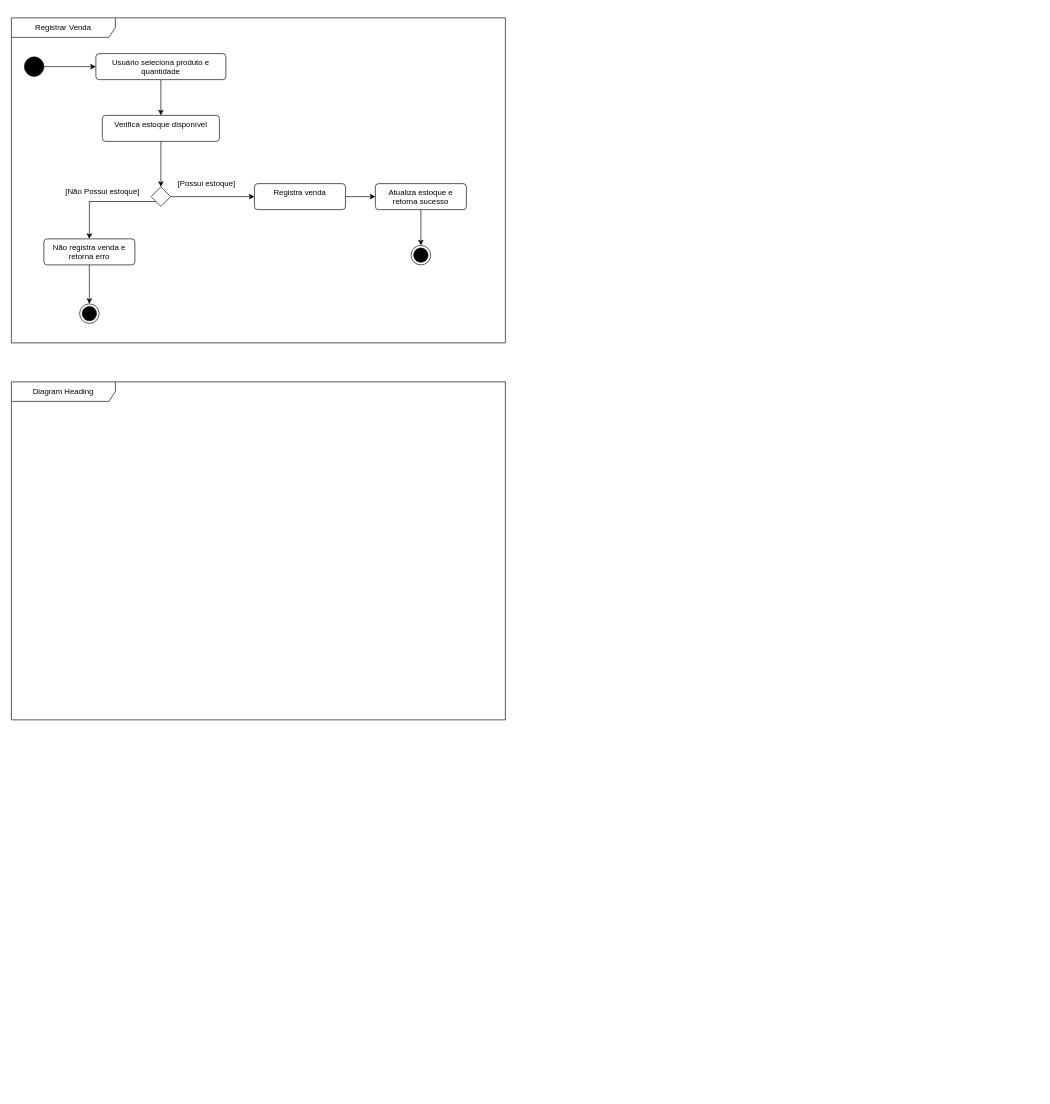
This is docs/activity diagram/AD.drawio from K0R0B0R0S/aps2-blackboard, a draw.io file, before an edit. Source tidied: cells renumbered, new cells numbered last; positions are measured from the earlier drawing's top-left corner, leaving out a move shared by most shapes. Both pictures are drawn from the tidied source at 65%, with x=0, y=0 at pixel (11, 18).
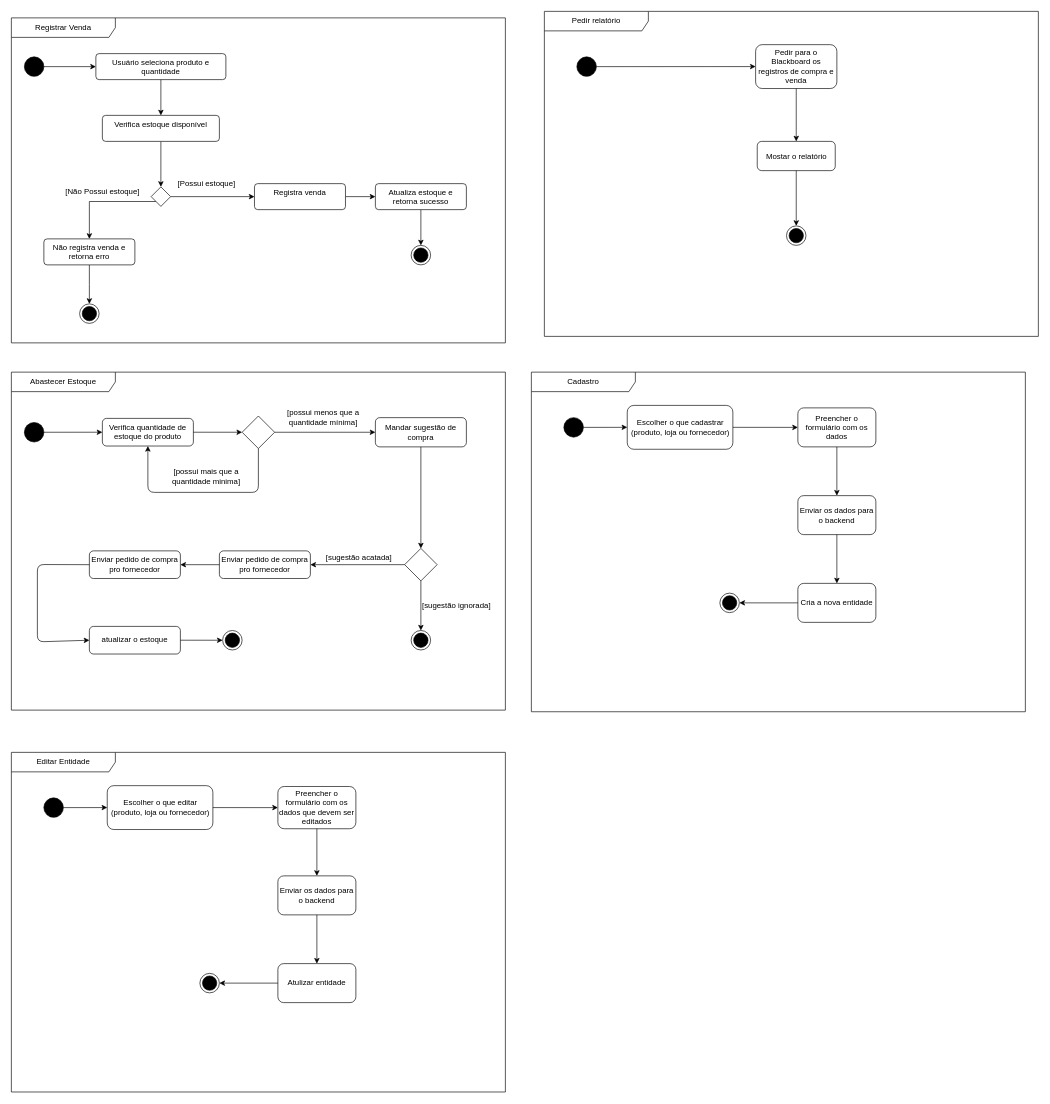
The same page after the edit.

Commit message:
Diagrama de atividade

Diff of the diagram source:
```diff
@@
-    <mxCell id="22" value="Diagram Heading" style="shape=umlFrame;whiteSpace=wrap;html=1;width=160;" parent="1" vertex="1">
-      <mxGeometry y="560" width="760" height="520" as="geometry" />
+    <mxCell id="22" value="Abastecer Estoque" style="shape=umlFrame;whiteSpace=wrap;html=1;width=160;" parent="1" vertex="1">
+      <mxGeometry y="545" width="760" height="520" as="geometry" />
     </mxCell>
+    <mxCell id="23" style="ellipse;fillColor=strokeColor;html=1;" parent="22" vertex="1">
+      <mxGeometry x="20" y="77.5" width="30" height="30" as="geometry" />
+    </mxCell>
+    <mxCell id="24" style="endArrow=classic;html=1;" parent="22" edge="1" source="23" target="25">
+      <mxGeometry relative="1" as="geometry" />
+    </mxCell>
+    <mxCell id="25" value="Verifica quantidade de estoque do produto" style="rounded=1;whiteSpace=wrap;html=1;" parent="22" vertex="1">
+      <mxGeometry x="140" y="71.2" width="140" height="42.5" as="geometry" />
+    </mxCell>
+    <mxCell id="26" style="rhombus;whiteSpace=wrap;html=1;" parent="22" vertex="1">
+      <mxGeometry x="355" y="67.5" width="50" height="50" as="geometry" />
+    </mxCell>
+    <mxCell id="27" style="endArrow=classic;html=1;" parent="22" edge="1" source="25" target="26">
+      <mxGeometry relative="1" as="geometry" />
+    </mxCell>
+    <mxCell id="28" style="endArrow=classic;html=1;" parent="22" edge="1" source="26" target="25">
+      <mxGeometry relative="1" as="geometry">
+        <Array as="points">
+          <mxPoint x="380" y="185" />
+          <mxPoint x="210" y="185" />
+        </Array>
+      </mxGeometry>
+    </mxCell>
+    <mxCell id="29" value="[possui mais que a quantidade minima]" style="text;html=1;strokeColor=none;fillColor=none;align=center;verticalAlign=middle;whiteSpace=wrap;rounded=0;" parent="22" vertex="1">
+      <mxGeometry x="245" y="145" width="110" height="30" as="geometry" />
+    </mxCell>
+    <mxCell id="30" value="Mandar sugestão de compra" style="rounded=1;whiteSpace=wrap;html=1;" parent="22" vertex="1">
+      <mxGeometry x="560" y="70" width="140" height="45" as="geometry" />
+    </mxCell>
+    <mxCell id="31" style="endArrow=classic;html=1;exitX=1;exitY=0.5;exitDx=0;exitDy=0;" parent="22" edge="1" source="26" target="30">
+      <mxGeometry relative="1" as="geometry" />
+    </mxCell>
+    <mxCell id="32" value="[possui menos que a quantidade mínima]" style="text;html=1;strokeColor=none;fillColor=none;align=center;verticalAlign=middle;whiteSpace=wrap;rounded=0;" parent="22" vertex="1">
+      <mxGeometry x="420" y="55" width="120" height="30" as="geometry" />
+    </mxCell>
+    <mxCell id="33" style="endArrow=classic;html=1;" parent="22" edge="1" target="34">
+      <mxGeometry relative="1" as="geometry">
+        <mxPoint x="630" y="115" as="sourcePoint" />
+      </mxGeometry>
+    </mxCell>
+    <mxCell id="34" style="rhombus;whiteSpace=wrap;html=1;" parent="22" vertex="1">
+      <mxGeometry x="605" y="271.2" width="50" height="50" as="geometry" />
+    </mxCell>
+    <mxCell id="35" value="Enviar pedido de compra pro fornecedor" style="rounded=1;whiteSpace=wrap;html=1;" parent="22" vertex="1">
+      <mxGeometry x="320" y="275" width="140" height="42.5" as="geometry" />
+    </mxCell>
+    <mxCell id="36" style="endArrow=classic;html=1;" parent="22" edge="1" source="34" target="35">
+      <mxGeometry relative="1" as="geometry" />
+    </mxCell>
+    <mxCell id="37" value="[sugestão acatada]" style="text;html=1;strokeColor=none;fillColor=none;align=center;verticalAlign=middle;whiteSpace=wrap;rounded=0;" parent="22" vertex="1">
+      <mxGeometry x="480" y="271.2" width="110" height="30" as="geometry" />
+    </mxCell>
+    <mxCell id="38" value="Enviar pedido de compra pro fornecedor" style="rounded=1;whiteSpace=wrap;html=1;" parent="22" vertex="1">
+      <mxGeometry x="120" y="275" width="140" height="42.5" as="geometry" />
+    </mxCell>
+    <mxCell id="39" style="endArrow=classic;html=1;exitX=0;exitY=0.5;exitDx=0;exitDy=0;" parent="22" edge="1" source="35" target="38">
+      <mxGeometry relative="1" as="geometry" />
+    </mxCell>
+    <mxCell id="40" style="endArrow=classic;html=1;exitX=0.5;exitY=1;exitDx=0;exitDy=0;entryX=0.5;entryY=0;entryDx=0;entryDy=0;" parent="22" edge="1" source="34" target="41">
+      <mxGeometry relative="1" as="geometry" />
+    </mxCell>
+    <mxCell id="41" style="ellipse;html=1;shape=endState;fillColor=strokeColor;" parent="22" vertex="1">
+      <mxGeometry x="615" y="397.5" width="30" height="30" as="geometry" />
+    </mxCell>
+    <mxCell id="42" value="[sugestão ignorada]" style="text;html=1;strokeColor=none;fillColor=none;align=center;verticalAlign=middle;whiteSpace=wrap;rounded=0;" parent="22" vertex="1">
+      <mxGeometry x="630" y="345" width="110" height="30" as="geometry" />
+    </mxCell>
+    <mxCell id="43" value="atualizar o estoque" style="rounded=1;whiteSpace=wrap;html=1;" parent="22" vertex="1">
+      <mxGeometry x="120" y="391.2" width="140" height="42.5" as="geometry" />
+    </mxCell>
+    <mxCell id="44" style="endArrow=classic;html=1;exitX=0;exitY=0.5;exitDx=0;exitDy=0;entryX=0;entryY=0.5;entryDx=0;entryDy=0;" parent="22" edge="1" source="38" target="43">
+      <mxGeometry relative="1" as="geometry">
+        <Array as="points">
+          <mxPoint x="40" y="296" />
+          <mxPoint x="40" y="415" />
+        </Array>
+      </mxGeometry>
+    </mxCell>
+    <mxCell id="45" style="ellipse;html=1;shape=endState;fillColor=strokeColor;" parent="22" vertex="1">
+      <mxGeometry x="325" y="397.5" width="30" height="30" as="geometry" />
+    </mxCell>
+    <mxCell id="46" style="endArrow=classic;html=1;entryX=0;entryY=0.5;entryDx=0;entryDy=0;exitX=1;exitY=0.5;exitDx=0;exitDy=0;" parent="22" edge="1" source="43" target="45">
+      <mxGeometry relative="1" as="geometry" />
+    </mxCell>
+    <mxCell id="47" value="Pedir relatório" style="shape=umlFrame;whiteSpace=wrap;html=1;width=160;" parent="1" vertex="1">
+      <mxGeometry x="820" y="-10" width="760" height="500" as="geometry" />
+    </mxCell>
+    <mxCell id="48" style="ellipse;fillColor=strokeColor;html=1;" parent="47" vertex="1">
+      <mxGeometry x="50" y="70" width="30" height="30" as="geometry" />
+    </mxCell>
+    <mxCell id="49" style="endArrow=classic;html=1;exitX=1;exitY=0.5;exitDx=0;exitDy=0;entryX=0;entryY=0.5;entryDx=0;entryDy=0;" parent="47" edge="1" source="48" target="50">
+      <mxGeometry relative="1" as="geometry" />
+    </mxCell>
+    <mxCell id="50" value="Pedir para o Blackboard os registros de compra e venda" style="rounded=1;whiteSpace=wrap;html=1;" parent="47" vertex="1">
+      <mxGeometry x="325" y="51.2" width="125" height="67.5" as="geometry" />
+    </mxCell>
+    <mxCell id="51" style="endArrow=classic;html=1;exitX=0.5;exitY=1;exitDx=0;exitDy=0;entryX=0.5;entryY=0;entryDx=0;entryDy=0;" parent="47" edge="1" source="50" target="52">
+      <mxGeometry relative="1" as="geometry" />
+    </mxCell>
+    <mxCell id="52" value="Mostar o relatório" style="rounded=1;whiteSpace=wrap;html=1;" parent="47" vertex="1">
+      <mxGeometry x="327.5" y="200" width="120" height="45" as="geometry" />
+    </mxCell>
+    <mxCell id="53" style="endArrow=classic;html=1;exitX=0.5;exitY=1;exitDx=0;exitDy=0;" parent="47" edge="1" source="52" target="54">
+      <mxGeometry relative="1" as="geometry" />
+    </mxCell>
+    <mxCell id="54" style="ellipse;html=1;shape=endState;fillColor=strokeColor;" parent="47" vertex="1">
+      <mxGeometry x="372.5" y="330" width="30" height="30" as="geometry" />
+    </mxCell>
+    <mxCell id="55" value="Cadastro" style="shape=umlFrame;whiteSpace=wrap;html=1;width=160;" parent="1" vertex="1">
+      <mxGeometry x="800" y="545" width="760" height="522.5" as="geometry" />
+    </mxCell>
+    <mxCell id="56" style="ellipse;fillColor=strokeColor;html=1;" parent="55" vertex="1">
+      <mxGeometry x="50" y="70" width="30" height="30" as="geometry" />
+    </mxCell>
+    <mxCell id="57" style="endArrow=classic;html=1;exitX=1;exitY=0.5;exitDx=0;exitDy=0;entryX=0;entryY=0.5;entryDx=0;entryDy=0;" parent="55" edge="1" source="56" target="58">
+      <mxGeometry relative="1" as="geometry" />
+    </mxCell>
+    <mxCell id="58" value="Escolher o que cadastrar (produto, loja ou fornecedor)" style="rounded=1;whiteSpace=wrap;html=1;" parent="55" vertex="1">
+      <mxGeometry x="147.5" y="51.2" width="162.5" height="67.5" as="geometry" />
+    </mxCell>
+    <mxCell id="59" style="endArrow=classic;html=1;exitX=1;exitY=0.5;exitDx=0;exitDy=0;entryX=0;entryY=0.5;entryDx=0;entryDy=0;" parent="55" edge="1" source="58" target="60">
+      <mxGeometry relative="1" as="geometry" />
+    </mxCell>
+    <mxCell id="60" value="Preencher o formulário com os dados" style="rounded=1;whiteSpace=wrap;html=1;" parent="55" vertex="1">
+      <mxGeometry x="410" y="55" width="120" height="60" as="geometry" />
+    </mxCell>
+    <mxCell id="61" value="Enviar os dados para o backend" style="rounded=1;whiteSpace=wrap;html=1;" parent="55" vertex="1">
+      <mxGeometry x="410" y="190" width="120" height="60" as="geometry" />
+    </mxCell>
+    <mxCell id="62" style="endArrow=classic;html=1;exitX=0.5;exitY=1;exitDx=0;exitDy=0;entryX=0.5;entryY=0;entryDx=0;entryDy=0;" parent="55" edge="1" source="60" target="61">
+      <mxGeometry relative="1" as="geometry" />
+    </mxCell>
+    <mxCell id="63" value="Cria a nova entidade" style="rounded=1;whiteSpace=wrap;html=1;" parent="55" vertex="1">
+      <mxGeometry x="410" y="325" width="120" height="60" as="geometry" />
+    </mxCell>
+    <mxCell id="64" style="endArrow=classic;html=1;exitX=0.5;exitY=1;exitDx=0;exitDy=0;entryX=0.5;entryY=0;entryDx=0;entryDy=0;" parent="55" edge="1" source="61" target="63">
+      <mxGeometry relative="1" as="geometry" />
+    </mxCell>
+    <mxCell id="65" style="ellipse;html=1;shape=endState;fillColor=strokeColor;" parent="55" vertex="1">
+      <mxGeometry x="290" y="340" width="30" height="30" as="geometry" />
+    </mxCell>
+    <mxCell id="66" style="endArrow=classic;html=1;entryX=1;entryY=0.5;entryDx=0;entryDy=0;exitX=0;exitY=0.5;exitDx=0;exitDy=0;" parent="55" edge="1" source="63" target="65">
+      <mxGeometry relative="1" as="geometry" />
+    </mxCell>
+    <mxCell id="67" value="Editar Entidade" style="shape=umlFrame;whiteSpace=wrap;html=1;width=160;" parent="1" vertex="1">
+      <mxGeometry y="1130" width="760" height="522.5" as="geometry" />
+    </mxCell>
+    <mxCell id="68" style="ellipse;fillColor=strokeColor;html=1;" parent="67" vertex="1">
+      <mxGeometry x="50" y="70" width="30" height="30" as="geometry" />
+    </mxCell>
+    <mxCell id="69" style="endArrow=classic;html=1;exitX=1;exitY=0.5;exitDx=0;exitDy=0;entryX=0;entryY=0.5;entryDx=0;entryDy=0;" parent="67" edge="1" source="68" target="70">
+      <mxGeometry relative="1" as="geometry" />
+    </mxCell>
+    <mxCell id="70" value="Escolher o que editar (produto, loja ou fornecedor)" style="rounded=1;whiteSpace=wrap;html=1;" parent="67" vertex="1">
+      <mxGeometry x="147.5" y="51.2" width="162.5" height="67.5" as="geometry" />
+    </mxCell>
+    <mxCell id="71" style="endArrow=classic;html=1;exitX=1;exitY=0.5;exitDx=0;exitDy=0;entryX=0;entryY=0.5;entryDx=0;entryDy=0;" parent="67" edge="1" source="70" target="72">
+      <mxGeometry relative="1" as="geometry" />
+    </mxCell>
+    <mxCell id="72" value="Preencher o formulário com os dados que devem ser editados" style="rounded=1;whiteSpace=wrap;html=1;" parent="67" vertex="1">
+      <mxGeometry x="410" y="52.5" width="120" height="65" as="geometry" />
+    </mxCell>
+    <mxCell id="73" value="Enviar os dados para o backend" style="rounded=1;whiteSpace=wrap;html=1;" parent="67" vertex="1">
+      <mxGeometry x="410" y="190" width="120" height="60" as="geometry" />
+    </mxCell>
+    <mxCell id="74" style="endArrow=classic;html=1;exitX=0.5;exitY=1;exitDx=0;exitDy=0;entryX=0.5;entryY=0;entryDx=0;entryDy=0;" parent="67" edge="1" source="72" target="73">
+      <mxGeometry relative="1" as="geometry" />
+    </mxCell>
+    <mxCell id="75" value="Atulizar entidade" style="rounded=1;whiteSpace=wrap;html=1;" parent="67" vertex="1">
+      <mxGeometry x="410" y="325" width="120" height="60" as="geometry" />
+    </mxCell>
+    <mxCell id="76" style="endArrow=classic;html=1;exitX=0.5;exitY=1;exitDx=0;exitDy=0;entryX=0.5;entryY=0;entryDx=0;entryDy=0;" parent="67" edge="1" source="73" target="75">
+      <mxGeometry relative="1" as="geometry" />
+    </mxCell>
+    <mxCell id="77" style="ellipse;html=1;shape=endState;fillColor=strokeColor;" parent="67" vertex="1">
+      <mxGeometry x="290" y="340" width="30" height="30" as="geometry" />
+    </mxCell>
+    <mxCell id="78" style="endArrow=classic;html=1;entryX=1;entryY=0.5;entryDx=0;entryDy=0;exitX=0;exitY=0.5;exitDx=0;exitDy=0;" parent="67" edge="1" source="75" target="77">
+      <mxGeometry relative="1" as="geometry" />
+    </mxCell>
```
